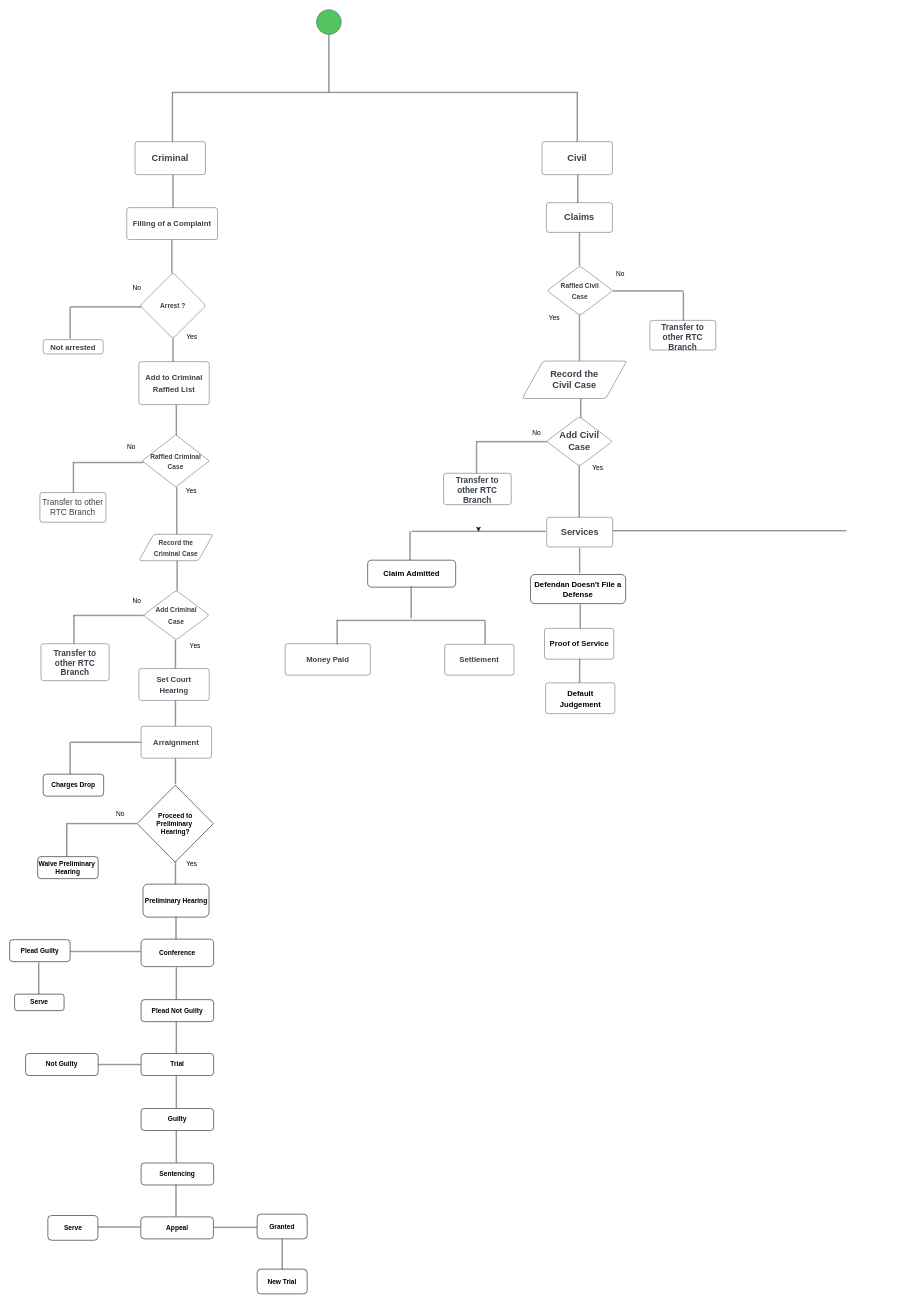
This is Untitled Diagram.drawio from KennethKnows/spotify_web_player, a draw.io file, before an edit. Source tidied: cells renumbered, new cells numbered last; positions are measured from the earlier drawing's top-left corner, leaving out a move shared by most shapes. Both pictures are drawn from the tidied source at 55%, with x=0, y=0 at pixel (9, 9).
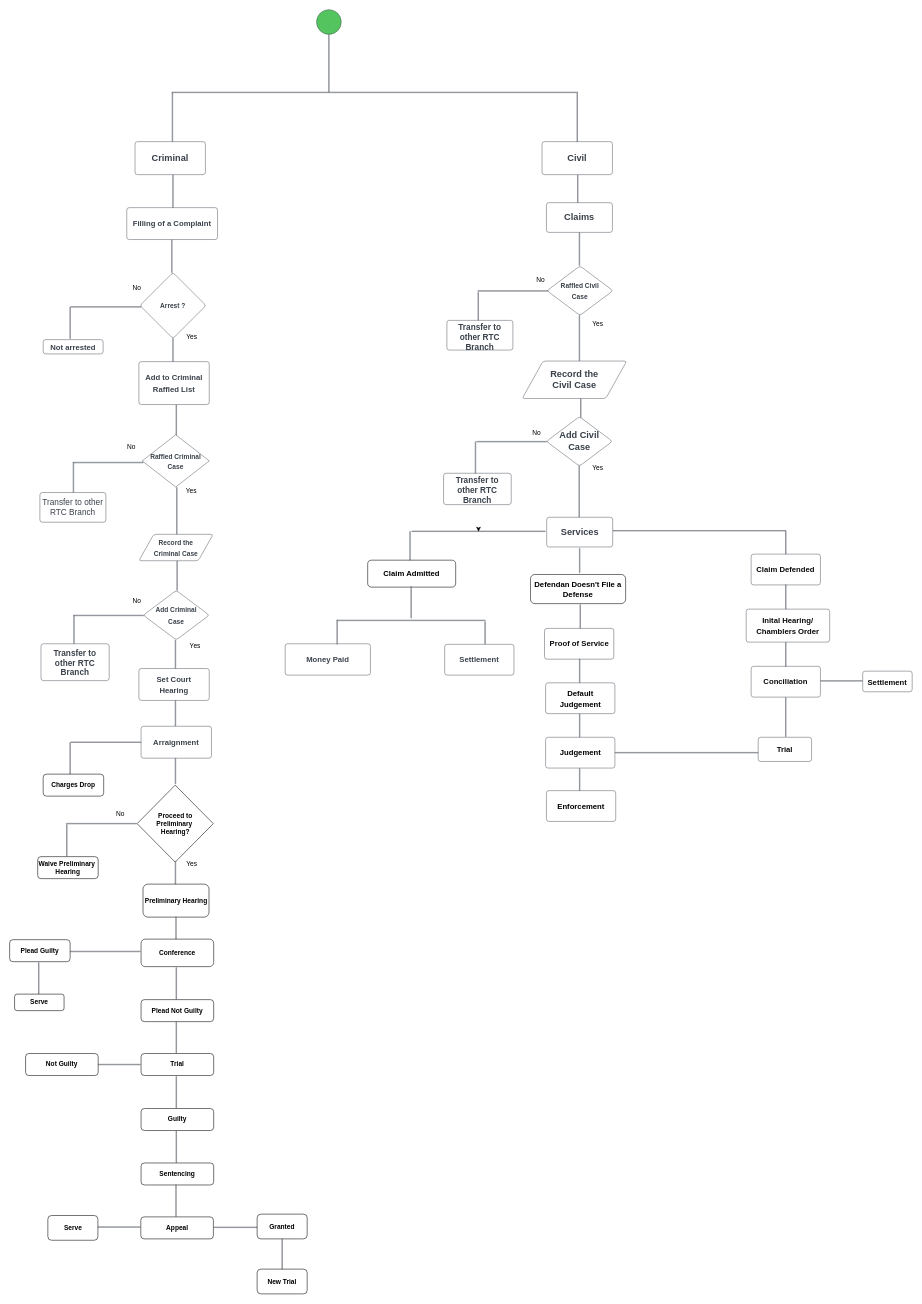
After the change.

Commit message (it also covers changes not shown here):
RTC 4 Activity Diagram (DIMTS)

Change to the diagram source:
```diff
@@
     <mxCell id="9" style="html=1;overflow=block;blockSpacing=1;whiteSpace=wrap;fontSize=13;spacing=0;strokeColor=#3a414a;strokeOpacity=100;rounded=1;absoluteArcSize=1;arcSize=9;rotation=-270;strokeWidth=0.8;lucidId=KHuP9w_eJ2J9;" parent="1" vertex="1">
-      <mxGeometry x="1199" y="539" width="52" height="1" as="geometry" />
+      <mxGeometry x="826" y="539" width="52" height="1" as="geometry" />
     </mxCell>
@@
     <mxCell id="14" style="html=1;overflow=block;blockSpacing=1;whiteSpace=wrap;fontSize=13;spacing=0;strokeColor=#3a414a;strokeOpacity=100;rounded=1;absoluteArcSize=1;arcSize=9;strokeWidth=0.8;lucidId=KHuPy.nBBM3o;" parent="1" vertex="1">
-      <mxGeometry x="1097" y="511" width="128" height="1" as="geometry" />
+      <mxGeometry x="851" y="511" width="128" height="1" as="geometry" />
     </mxCell>
@@
     <mxCell id="27" value="&lt;b&gt;Transfer to other RTC Branch&lt;/b&gt;" style="html=1;overflow=block;blockSpacing=1;whiteSpace=wrap;fontSize=15;fontColor=#3a414a;spacing=3.8;strokeColor=#3a414a;strokeOpacity=100;rounded=1;absoluteArcSize=1;arcSize=9;strokeWidth=0.8;lucidId=KHuPf~ReLrwq;" parent="1" vertex="1">
-      <mxGeometry x="1164" y="565" width="120" height="54" as="geometry" />
+      <mxGeometry x="795" y="565" width="120" height="54" as="geometry" />
     </mxCell>
@@
-    <mxCell id="35" style="html=1;overflow=block;blockSpacing=1;whiteSpace=wrap;fontSize=13;spacing=0;strokeColor=#3a414a;strokeOpacity=100;rounded=1;absoluteArcSize=1;arcSize=9;rotation=-270;strokeWidth=0.8;lucidId=KHuPuU7jfAtZ;" parent="1" vertex="1">
-      <mxGeometry x="820" y="814" width="58" height="1" as="geometry" />
-    </mxCell>
@@
     <mxCell id="50" value="No" style="text;html=1;align=center;verticalAlign=middle;strokeColor=none;fillColor=none;" parent="1" vertex="1">
-      <mxGeometry x="1090" y="465" width="40" height="30" as="geometry" />
+      <mxGeometry x="945" y="476" width="40" height="30" as="geometry" />
     </mxCell>
@@
     <mxCell id="53" value="Yes" style="text;html=1;align=center;verticalAlign=middle;strokeColor=none;fillColor=none;" parent="1" vertex="1">
-      <mxGeometry x="970" y="545" width="40" height="30" as="geometry" />
+      <mxGeometry x="1049" y="556" width="40" height="30" as="geometry" />
     </mxCell>
@@
     <mxCell id="107" style="html=1;overflow=block;blockSpacing=1;whiteSpace=wrap;fontSize=13;spacing=0;strokeColor=#3a414a;strokeOpacity=100;rounded=1;absoluteArcSize=1;arcSize=9;strokeWidth=0.8;lucidId=KHuP-K5qKgMv;" parent="1" vertex="1">
-      <mxGeometry x="1097" y="947" width="424" height="1" as="geometry" />
+      <mxGeometry x="1097" y="947" width="314" height="1" as="geometry" />
     </mxCell>
@@
+    <mxCell id="113" style="html=1;overflow=block;blockSpacing=1;whiteSpace=wrap;fontSize=13;spacing=0;strokeColor=#3a414a;strokeOpacity=100;rounded=1;absoluteArcSize=1;arcSize=9;rotation=-270;strokeWidth=0.8;lucidId=KHuPHvFL_rU7;" parent="1" vertex="1">
+      <mxGeometry x="1014.2" y="1302.2" width="44.5" height="1" as="geometry" />
+    </mxCell>
+    <mxCell id="114" value="&lt;font color=&quot;#000000&quot; style=&quot;font-size: 14px;&quot;&gt;&lt;b&gt;Judgement&lt;/b&gt;&lt;/font&gt;" style="html=1;overflow=block;blockSpacing=1;whiteSpace=wrap;fontSize=16.7;fontColor=#3a414a;spacing=9;strokeColor=#3a414a;strokeOpacity=100;rounded=1;absoluteArcSize=1;arcSize=9;strokeWidth=0.8;lucidId=KHuPHs273cXw;" parent="1" vertex="1">
+      <mxGeometry x="974.5" y="1323" width="126" height="56" as="geometry" />
+    </mxCell>
+    <mxCell id="115" style="html=1;overflow=block;blockSpacing=1;whiteSpace=wrap;fontSize=13;spacing=0;strokeColor=#3a414a;strokeOpacity=100;rounded=1;absoluteArcSize=1;arcSize=9;rotation=-270;strokeWidth=0.8;lucidId=KHuPHvFL_rU7;" parent="1" vertex="1">
+      <mxGeometry x="1014.2" y="1401.2" width="44.5" height="1" as="geometry" />
+    </mxCell>
+    <mxCell id="116" value="&lt;font color=&quot;#000000&quot; style=&quot;font-size: 14px;&quot;&gt;&lt;b&gt;Enforcement&lt;/b&gt;&lt;/font&gt;" style="html=1;overflow=block;blockSpacing=1;whiteSpace=wrap;fontSize=16.7;fontColor=#3a414a;spacing=9;strokeColor=#3a414a;strokeOpacity=100;rounded=1;absoluteArcSize=1;arcSize=9;strokeWidth=0.8;lucidId=KHuPHs273cXw;" parent="1" vertex="1">
+      <mxGeometry x="976" y="1420" width="126" height="56" as="geometry" />
+    </mxCell>
+    <mxCell id="117" style="html=1;overflow=block;blockSpacing=1;whiteSpace=wrap;fontSize=13;spacing=0;strokeColor=#3a414a;strokeOpacity=100;rounded=1;absoluteArcSize=1;arcSize=9;rotation=-270;strokeWidth=0.8;lucidId=KHuPHvFL_rU7;" parent="1" vertex="1">
+      <mxGeometry x="1389" y="969" width="44.5" height="1" as="geometry" />
+    </mxCell>
+    <mxCell id="118" value="&lt;font color=&quot;#0a0b0d&quot; style=&quot;font-size: 14px;&quot;&gt;&lt;b&gt;Claim Defended&lt;/b&gt;&lt;/font&gt;" style="html=1;overflow=block;blockSpacing=1;whiteSpace=wrap;fontSize=16.7;fontColor=#3a414a;spacing=9;strokeColor=#3a414a;strokeOpacity=100;rounded=1;absoluteArcSize=1;arcSize=9;strokeWidth=0.8;lucidId=KHuPHs273cXw;" parent="1" vertex="1">
+      <mxGeometry x="1348.2" y="990" width="126" height="56" as="geometry" />
+    </mxCell>
+    <mxCell id="119" style="html=1;overflow=block;blockSpacing=1;whiteSpace=wrap;fontSize=13;spacing=0;strokeColor=#3a414a;strokeOpacity=100;rounded=1;absoluteArcSize=1;arcSize=9;rotation=-270;strokeWidth=0.8;lucidId=KHuPuU7jfAtZ;" parent="1" vertex="1">
+      <mxGeometry x="818" y="814" width="58" height="1" as="geometry" />
+    </mxCell>
+    <mxCell id="120" style="edgeStyle=orthogonalEdgeStyle;rounded=0;jettySize=auto;html=1;" parent="1" edge="1" source="121" target="122">
+      <mxGeometry relative="1" as="geometry" />
+    </mxCell>
+    <mxCell id="121" style="html=1;overflow=block;blockSpacing=1;whiteSpace=wrap;fontSize=13;spacing=0;strokeColor=#3a414a;strokeOpacity=100;rounded=1;absoluteArcSize=1;arcSize=9;rotation=-270;strokeWidth=0.8;lucidId=KHuPHvFL_rU7;" parent="1" vertex="1">
+      <mxGeometry x="1389" y="1067" width="44.5" height="1" as="geometry" />
+    </mxCell>
+    <mxCell id="122" value="&lt;font color=&quot;#0a0b0d&quot;&gt;&lt;span style=&quot;font-size: 14px;&quot;&gt;&lt;b&gt;Inital Hearing/&lt;br&gt;Chamblers Order&lt;/b&gt;&lt;/span&gt;&lt;/font&gt;" style="html=1;overflow=block;blockSpacing=1;whiteSpace=wrap;fontSize=16.7;fontColor=#3a414a;spacing=9;strokeColor=#3a414a;strokeOpacity=100;rounded=1;absoluteArcSize=1;arcSize=9;strokeWidth=0.8;lucidId=KHuPHs273cXw;" parent="1" vertex="1">
+      <mxGeometry x="1339.2" y="1090" width="151.8" height="60" as="geometry" />
+    </mxCell>
+    <mxCell id="123" value="&lt;font color=&quot;#0a0b0d&quot;&gt;&lt;span style=&quot;font-size: 14px;&quot;&gt;&lt;b&gt;Conciliation&lt;/b&gt;&lt;/span&gt;&lt;/font&gt;" style="html=1;overflow=block;blockSpacing=1;whiteSpace=wrap;fontSize=16.7;fontColor=#3a414a;spacing=9;strokeColor=#3a414a;strokeOpacity=100;rounded=1;absoluteArcSize=1;arcSize=9;strokeWidth=0.8;lucidId=KHuPHs273cXw;" parent="1" vertex="1">
+      <mxGeometry x="1348.2" y="1194" width="126" height="56" as="geometry" />
+    </mxCell>
+    <mxCell id="124" style="html=1;overflow=block;blockSpacing=1;whiteSpace=wrap;fontSize=13;spacing=0;strokeColor=#3a414a;strokeOpacity=100;rounded=1;absoluteArcSize=1;arcSize=9;rotation=-270;strokeWidth=0.8;lucidId=KHuPHvFL_rU7;" parent="1" vertex="1">
+      <mxGeometry x="1389" y="1172" width="44.5" height="1" as="geometry" />
+    </mxCell>
+    <mxCell id="125" style="html=1;overflow=block;blockSpacing=1;whiteSpace=wrap;fontSize=13;spacing=0;strokeColor=#3a414a;strokeOpacity=100;rounded=1;absoluteArcSize=1;arcSize=9;rotation=0;strokeWidth=0.8;lucidId=KHuPHvFL_rU7;" parent="1" vertex="1">
+      <mxGeometry x="1474.2" y="1220" width="76.8" height="1" as="geometry" />
+    </mxCell>
+    <mxCell id="126" value="&lt;font color=&quot;#0a0b0d&quot;&gt;&lt;span style=&quot;font-size: 14px;&quot;&gt;&lt;b&gt;Settlement&lt;/b&gt;&lt;/span&gt;&lt;/font&gt;" style="html=1;overflow=block;blockSpacing=1;whiteSpace=wrap;fontSize=16.7;fontColor=#3a414a;spacing=9;strokeColor=#3a414a;strokeOpacity=100;rounded=1;absoluteArcSize=1;arcSize=9;strokeWidth=0.8;lucidId=KHuPHs273cXw;" parent="1" vertex="1">
+      <mxGeometry x="1551" y="1202.8" width="90" height="37.5" as="geometry" />
+    </mxCell>
+    <mxCell id="127" style="html=1;overflow=block;blockSpacing=1;whiteSpace=wrap;fontSize=13;spacing=0;strokeColor=#3a414a;strokeOpacity=100;rounded=1;absoluteArcSize=1;arcSize=9;rotation=-270;strokeWidth=0.8;lucidId=KHuPHvFL_rU7;" parent="1" vertex="1">
+      <mxGeometry x="1375.2" y="1285.8" width="72" height="1" as="geometry" />
+    </mxCell>
+    <mxCell id="128" value="&lt;font color=&quot;#0a0b0d&quot;&gt;&lt;span style=&quot;font-size: 14px;&quot;&gt;&lt;b&gt;Trial&lt;/b&gt;&lt;/span&gt;&lt;/font&gt;" style="html=1;overflow=block;blockSpacing=1;whiteSpace=wrap;fontSize=16.7;fontColor=#3a414a;spacing=9;strokeColor=#3a414a;strokeOpacity=100;rounded=1;absoluteArcSize=1;arcSize=9;strokeWidth=0.8;lucidId=KHuPHs273cXw;" parent="1" vertex="1">
+      <mxGeometry x="1361" y="1323" width="97.1" height="44" as="geometry" />
+    </mxCell>
+    <mxCell id="129" style="html=1;overflow=block;blockSpacing=1;whiteSpace=wrap;fontSize=13;spacing=0;strokeColor=#3a414a;strokeOpacity=100;rounded=1;absoluteArcSize=1;arcSize=9;strokeWidth=0.8;lucidId=KHuP-K5qKgMv;rotation=0;" parent="1" vertex="1">
+      <mxGeometry x="1100.5" y="1350.5" width="260.5" height="1" as="geometry" />
+    </mxCell>
```
